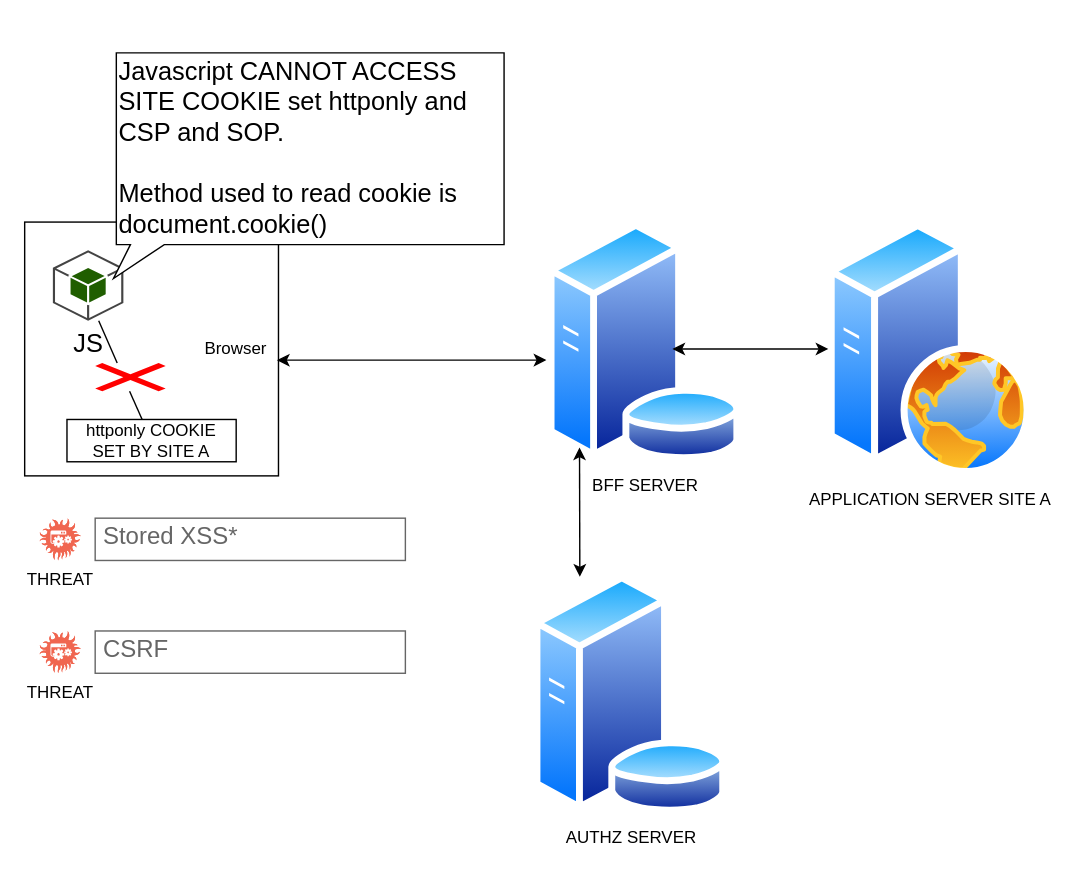
The draw.io diagram Webappsec/_images/httponly-analysis.drawio in ssnsiva-vs/cyber, before the edit. Source tidied: cells renumbered, new cells numbered last; positions are measured from the earlier drawing's top-left corner, leaving out a move shared by most shapes. Both pictures are drawn from the tidied source at 141%, with x=0, y=0 at pixel (24, 52).
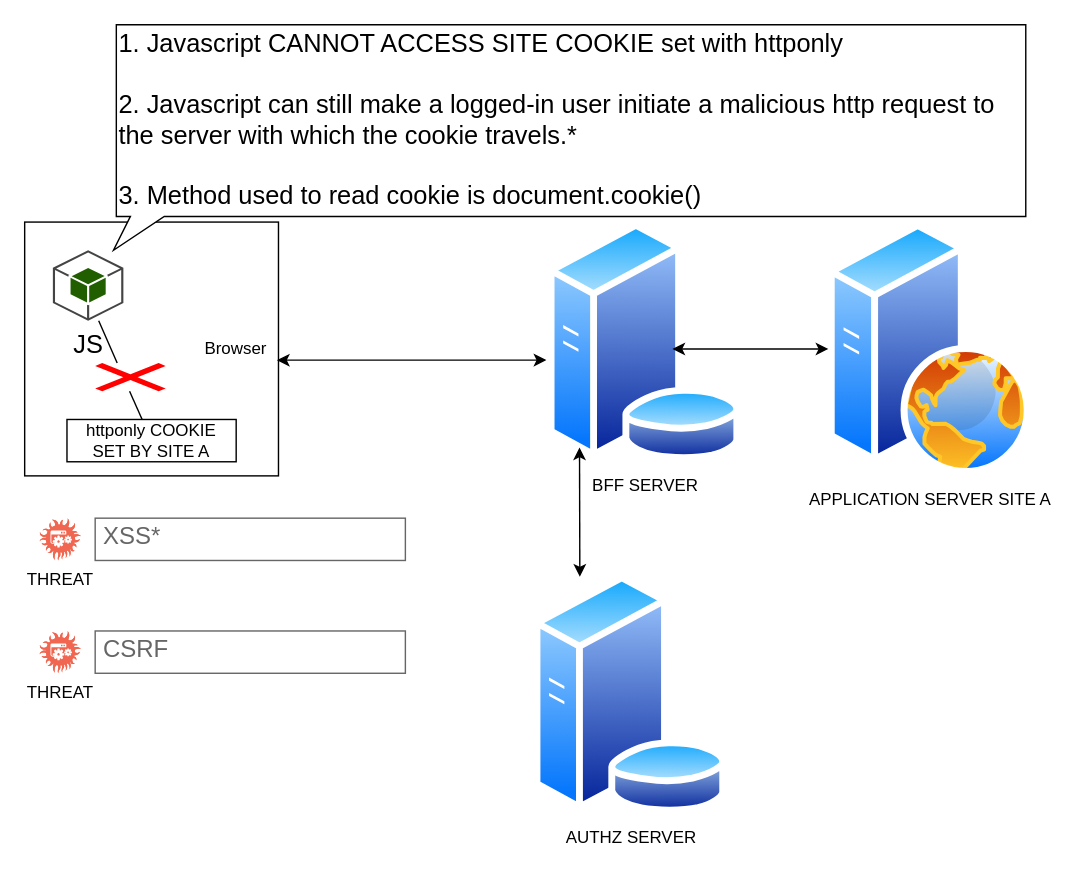
Above is the later version.

What changed in the source:
```diff
@@
-    <mxCell id="6" value="&lt;font style=&quot;font-size: 18px;&quot;&gt;Javascript CANNOT ACCESS SITE COOKIE set httponly and&amp;nbsp; CSP and SOP.&lt;/font&gt;&lt;div&gt;&lt;span style=&quot;font-size: 18px;&quot;&gt;&lt;br&gt;&lt;/span&gt;&lt;div&gt;&lt;font style=&quot;font-size: 18px;&quot;&gt;Method used to read cookie is document.cookie()&lt;/font&gt;&lt;/div&gt;&lt;/div&gt;" style="whiteSpace=wrap;html=1;shape=mxgraph.basic.rectCallout;dx=22;dy=24;boundedLbl=1;align=left;" parent="1" vertex="1">
-      <mxGeometry x="65" width="275" height="160" as="geometry" />
+    <mxCell id="6" value="&lt;font style=&quot;font-size: 18px;&quot;&gt;1. Javascript CANNOT ACCESS SITE COOKIE set with httponly&lt;/font&gt;&lt;div&gt;&lt;font style=&quot;font-size: 18px;&quot;&gt;&lt;br&gt;&lt;/font&gt;&lt;/div&gt;&lt;div&gt;&lt;font style=&quot;font-size: 18px;&quot;&gt;2. Javascript can still make a logged-in user initiate a malicious http request to the server with which the cookie travels.*&amp;nbsp;&lt;/font&gt;&lt;div&gt;&lt;span style=&quot;font-size: 18px;&quot;&gt;&lt;br&gt;&lt;/span&gt;&lt;div&gt;&lt;font style=&quot;font-size: 18px;&quot;&gt;3. Method used to read cookie is document.cookie()&lt;/font&gt;&lt;/div&gt;&lt;/div&gt;&lt;/div&gt;" style="whiteSpace=wrap;html=1;shape=mxgraph.basic.rectCallout;dx=22;dy=24;boundedLbl=1;align=left;" parent="1" vertex="1">
+      <mxGeometry x="65" y="-20" width="645" height="160" as="geometry" />
     </mxCell>
@@
-    <mxCell id="11" value="Stored XSS*" style="strokeWidth=1;shadow=0;dashed=0;align=center;html=1;shape=mxgraph.mockup.text.textBox;fontColor=#666666;align=left;fontSize=17;spacingLeft=4;spacingTop=-3;whiteSpace=wrap;strokeColor=#666666;mainText=;" parent="1" vertex="1">
+    <mxCell id="11" value="XSS*" style="strokeWidth=1;shadow=0;dashed=0;align=center;html=1;shape=mxgraph.mockup.text.textBox;fontColor=#666666;align=left;fontSize=17;spacingLeft=4;spacingTop=-3;whiteSpace=wrap;strokeColor=#666666;mainText=;" parent="1" vertex="1">
       <mxGeometry x="50" y="330" width="220" height="30" as="geometry" />
     </mxCell>
```
